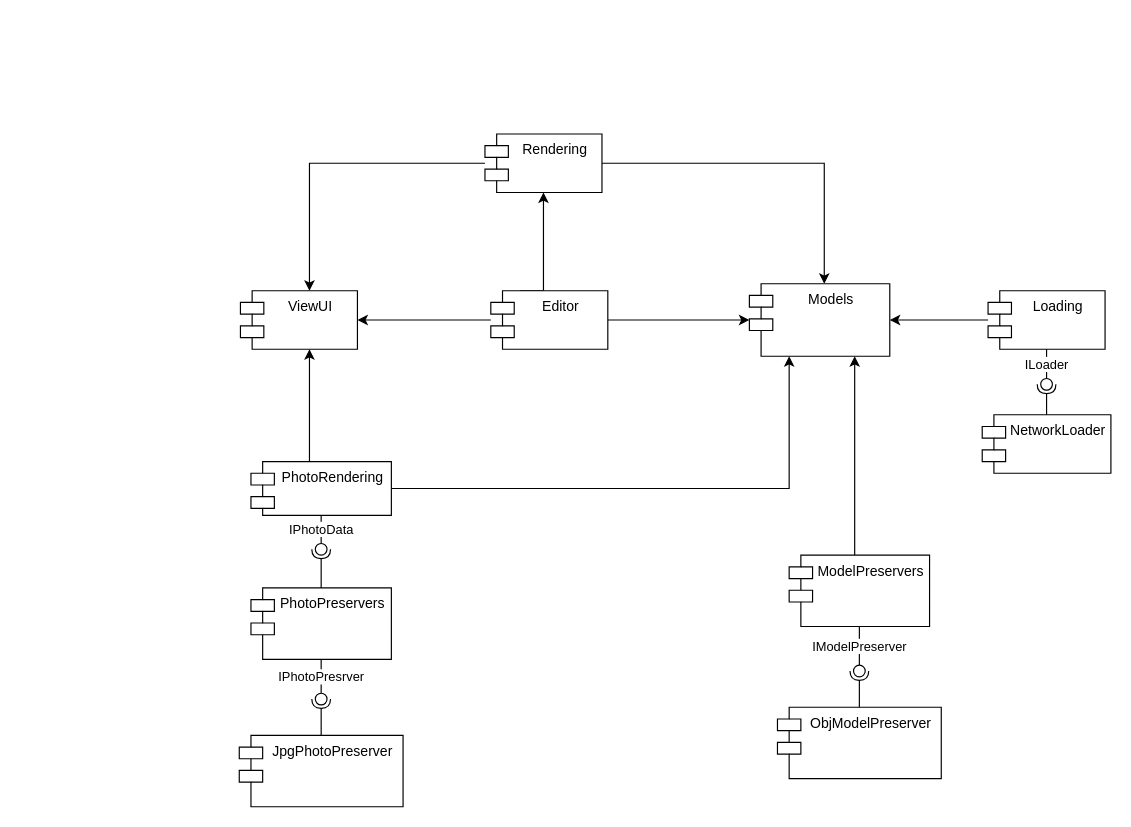
Above: page "Interfaces" (3 of 3) of module_2/Components.drawio in SheinEA/gb_architect (draw.io), before the change. Source tidied: cells renumbered, new cells numbered last; positions are measured from the earlier drawing's top-left corner, leaving out a move shared by most shapes. Both pictures are drawn from the tidied source at 117%, with x=0, y=0 at pixel (239, 133).
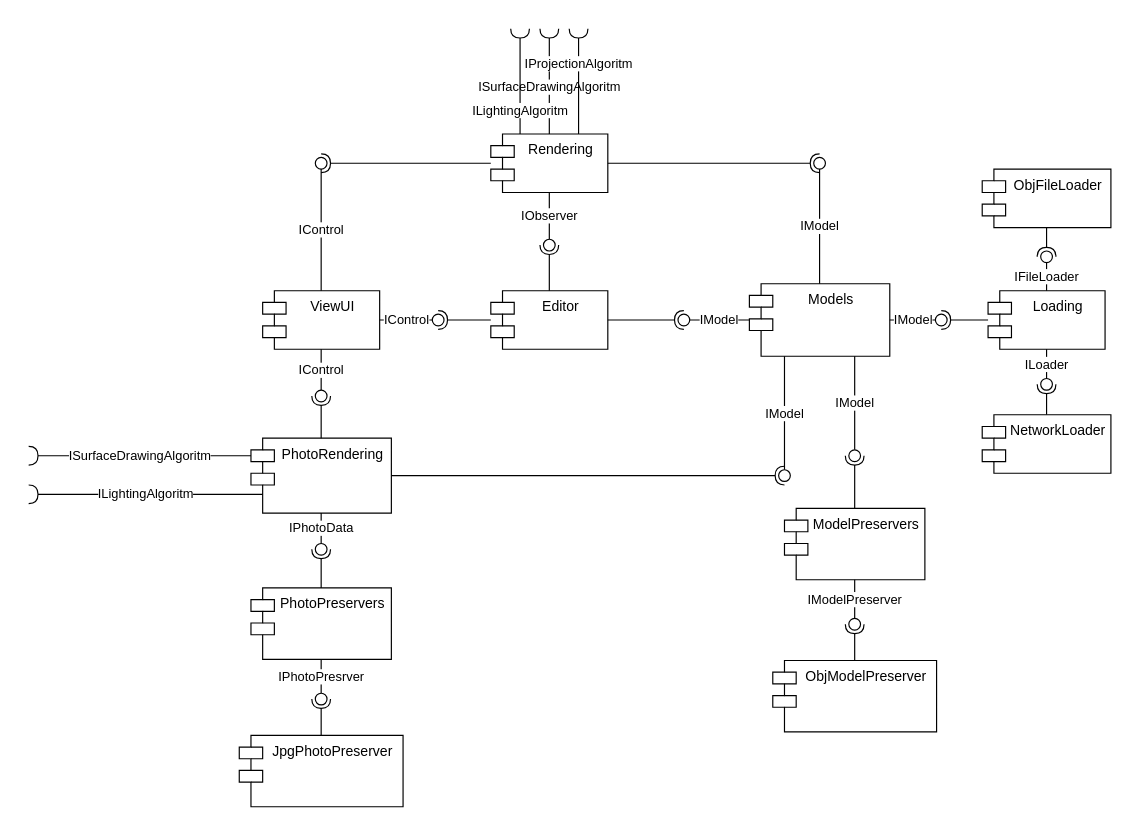
The same page after the edit.

The change refers to these unchanged cells:
```xml
<mxCell id="3" value="Loading" style="shape=module;align=left;spacingLeft=20;align=center;verticalAlign=top;" parent="1" vertex="1">
  <mxGeometry x="640" y="134" width="100" height="50" as="geometry" />
</mxCell>
<mxCell id="4" value="Models" style="shape=module;align=left;spacingLeft=20;align=center;verticalAlign=top;" parent="1" vertex="1">
  <mxGeometry x="436" y="128" width="120" height="62" as="geometry" />
</mxCell>
<mxCell id="11" value="Editor" style="shape=module;align=left;spacingLeft=20;align=center;verticalAlign=top;" parent="1" vertex="1">
  <mxGeometry x="215" y="134" width="100" height="50" as="geometry" />
</mxCell>
```

The edit, as a diff of the source:
```diff
@@
-    <mxCell id="2" style="edgeStyle=orthogonalEdgeStyle;rounded=0;jettySize=auto;html=1;entryX=1;entryY=0.5;entryDx=0;entryDy=0;" parent="1" edge="1" source="3" target="4">
-      <mxGeometry relative="1" as="geometry" />
-    </mxCell>
@@
-    <mxCell id="5" style="edgeStyle=orthogonalEdgeStyle;rounded=0;jettySize=auto;html=1;" parent="1" edge="1" source="7" target="4">
-      <mxGeometry relative="1" as="geometry">
-        <Array as="points">
-          <mxPoint x="500" y="25" />
-        </Array>
-      </mxGeometry>
-    </mxCell>
-    <mxCell id="6" style="edgeStyle=orthogonalEdgeStyle;rounded=0;jettySize=auto;html=1;" parent="1" edge="1" source="7" target="15">
-      <mxGeometry relative="1" as="geometry">
-        <Array as="points">
-          <mxPoint x="60" y="25" />
-        </Array>
-      </mxGeometry>
-    </mxCell>
     <mxCell id="7" value="Rendering" style="shape=module;align=left;spacingLeft=20;align=center;verticalAlign=top;" parent="1" vertex="1">
-      <mxGeometry x="210" width="100" height="50" as="geometry" />
+      <mxGeometry x="215" width="100" height="50" as="geometry" />
     </mxCell>
-    <mxCell id="8" style="edgeStyle=orthogonalEdgeStyle;rounded=0;jettySize=auto;html=1;" parent="1" edge="1" source="11" target="4">
-      <mxGeometry relative="1" as="geometry" />
-    </mxCell>
-    <mxCell id="9" style="edgeStyle=orthogonalEdgeStyle;rounded=0;jettySize=auto;html=1;" parent="1" edge="1" source="11" target="15">
-      <mxGeometry relative="1" as="geometry" />
-    </mxCell>
-    <mxCell id="10" style="edgeStyle=orthogonalEdgeStyle;rounded=0;jettySize=auto;html=1;exitX=0.25;exitY=0;exitDx=0;exitDy=0;" parent="1" edge="1" source="11" target="7">
-      <mxGeometry relative="1" as="geometry">
-        <Array as="points">
-          <mxPoint x="260" y="134" />
-        </Array>
-      </mxGeometry>
-    </mxCell>
@@
-    <mxCell id="12" style="edgeStyle=orthogonalEdgeStyle;rounded=0;jettySize=auto;html=1;" parent="1" edge="1" source="14" target="4">
-      <mxGeometry relative="1" as="geometry">
-        <Array as="points">
-          <mxPoint x="470" y="303" />
-        </Array>
-      </mxGeometry>
-    </mxCell>
-    <mxCell id="13" style="edgeStyle=orthogonalEdgeStyle;rounded=0;jettySize=auto;html=1;" parent="1" edge="1" source="14" target="15">
-      <mxGeometry relative="1" as="geometry">
-        <Array as="points">
-          <mxPoint x="60" y="240" />
-          <mxPoint x="60" y="240" />
-        </Array>
-      </mxGeometry>
-    </mxCell>
     <mxCell id="14" value="PhotoRendering" style="shape=module;align=left;spacingLeft=20;align=center;verticalAlign=top;" parent="1" vertex="1">
-      <mxGeometry x="10" y="280" width="120" height="46" as="geometry" />
+      <mxGeometry x="10" y="260" width="120" height="64" as="geometry" />
     </mxCell>
     <mxCell id="15" value="ViewUI" style="shape=module;align=left;spacingLeft=20;align=center;verticalAlign=top;" parent="1" vertex="1">
-      <mxGeometry x="1" y="134" width="100" height="50" as="geometry" />
+      <mxGeometry x="20" y="134" width="100" height="50" as="geometry" />
     </mxCell>
-    <mxCell id="16" style="edgeStyle=orthogonalEdgeStyle;rounded=0;jettySize=auto;html=1;entryX=0.75;entryY=1;entryDx=0;entryDy=0;" parent="1" edge="1" source="17" target="4">
-      <mxGeometry relative="1" as="geometry">
-        <Array as="points">
-          <mxPoint x="526" y="330" />
-          <mxPoint x="526" y="330" />
-        </Array>
-      </mxGeometry>
-    </mxCell>
     <mxCell id="17" value="ModelPreservers" style="shape=module;align=left;spacingLeft=20;align=center;verticalAlign=top;" parent="1" vertex="1">
-      <mxGeometry x="470" y="360" width="120" height="61" as="geometry" />
+      <mxGeometry x="466" y="320" width="120" height="61" as="geometry" />
     </mxCell>
@@
     <mxCell id="25" style="ellipse;whiteSpace=wrap;html=1;fontFamily=Helvetica;fontSize=12;fontColor=#000000;align=center;strokeColor=#000000;fillColor=#ffffff;points=[];" parent="1" vertex="1">
-      <mxGeometry x="525" y="454" width="10" height="10" as="geometry" />
+      <mxGeometry x="521" y="414" width="10" height="10" as="geometry" />
     </mxCell>
     <mxCell id="26" value="ObjModelPreserver" style="shape=module;align=left;spacingLeft=20;align=center;verticalAlign=top;" parent="1" vertex="1">
-      <mxGeometry x="460" y="490" width="140" height="61" as="geometry" />
+      <mxGeometry x="456" y="450" width="140" height="61" as="geometry" />
     </mxCell>
@@
+    <mxCell id="34" value="ObjFileLoader" style="shape=module;align=left;spacingLeft=20;align=center;verticalAlign=top;" parent="1" vertex="1">
+      <mxGeometry x="635" y="30" width="110" height="50" as="geometry" />
+    </mxCell>
+    <mxCell id="35" value="IFileLoader" style="rounded=0;jettySize=auto;html=1;endArrow=none;endFill=0;" parent="1" edge="1" source="3" target="37">
+      <mxGeometry relative="1" as="geometry" />
+    </mxCell>
+    <mxCell id="36" style="rounded=0;jettySize=auto;html=1;endArrow=halfCircle;endFill=0;entryX=0.5;entryY=0.5;entryDx=0;entryDy=0;endSize=6;strokeWidth=1;" parent="1" edge="1" source="34" target="37">
+      <mxGeometry relative="1" as="geometry" />
+    </mxCell>
+    <mxCell id="37" style="ellipse;whiteSpace=wrap;html=1;fontFamily=Helvetica;fontSize=12;fontColor=#000000;align=center;strokeColor=#000000;fillColor=#ffffff;points=[];" parent="1" vertex="1">
+      <mxGeometry x="685" y="100" width="10" height="10" as="geometry" />
+    </mxCell>
+    <mxCell id="38" value="IModel" style="rounded=0;jettySize=auto;html=1;endArrow=none;endFill=0;" parent="1" edge="1" source="4" target="40">
+      <mxGeometry relative="1" as="geometry" />
+    </mxCell>
+    <mxCell id="39" style="rounded=0;jettySize=auto;html=1;endArrow=halfCircle;endFill=0;entryX=0.5;entryY=0.5;entryDx=0;entryDy=0;endSize=6;strokeWidth=1;" parent="1" edge="1" source="3" target="40">
+      <mxGeometry relative="1" as="geometry" />
+    </mxCell>
+    <mxCell id="40" style="ellipse;whiteSpace=wrap;html=1;fontFamily=Helvetica;fontSize=12;fontColor=#000000;align=center;strokeColor=#000000;fillColor=#ffffff;points=[];" parent="1" vertex="1">
+      <mxGeometry x="595" y="154" width="10" height="10" as="geometry" />
+    </mxCell>
+    <mxCell id="41" value="IModel" style="rounded=0;jettySize=auto;html=1;endArrow=none;endFill=0;exitX=0.75;exitY=1;exitDx=0;exitDy=0;" parent="1" edge="1" source="4" target="43">
+      <mxGeometry relative="1" as="geometry" />
+    </mxCell>
+    <mxCell id="42" style="rounded=0;jettySize=auto;html=1;endArrow=halfCircle;endFill=0;entryX=0.5;entryY=0.5;entryDx=0;entryDy=0;endSize=6;strokeWidth=1;" parent="1" edge="1" source="17" target="43">
+      <mxGeometry relative="1" as="geometry" />
+    </mxCell>
+    <mxCell id="43" style="ellipse;whiteSpace=wrap;html=1;fontFamily=Helvetica;fontSize=12;fontColor=#000000;align=center;strokeColor=#000000;fillColor=#ffffff;points=[];" parent="1" vertex="1">
+      <mxGeometry x="521" y="270" width="10" height="10" as="geometry" />
+    </mxCell>
+    <mxCell id="44" value="IModel" style="rounded=0;jettySize=auto;html=1;endArrow=none;endFill=0;exitX=0.25;exitY=1;exitDx=0;exitDy=0;" parent="1" edge="1" source="4" target="46">
+      <mxGeometry relative="1" as="geometry" />
+    </mxCell>
+    <mxCell id="45" style="rounded=0;jettySize=auto;html=1;endArrow=halfCircle;endFill=0;entryX=0.5;entryY=0.5;entryDx=0;entryDy=0;endSize=6;strokeWidth=1;exitX=1;exitY=0.5;exitDx=0;exitDy=0;" parent="1" edge="1" source="14" target="46">
+      <mxGeometry relative="1" as="geometry" />
+    </mxCell>
+    <mxCell id="46" style="ellipse;whiteSpace=wrap;html=1;fontFamily=Helvetica;fontSize=12;fontColor=#000000;align=center;strokeColor=#000000;fillColor=#ffffff;points=[];" parent="1" vertex="1">
+      <mxGeometry x="461" y="287" width="10" height="10" as="geometry" />
+    </mxCell>
+    <mxCell id="47" value="IModel" style="rounded=0;jettySize=auto;html=1;endArrow=none;endFill=0;" parent="1" edge="1" source="4" target="49">
+      <mxGeometry relative="1" as="geometry" />
+    </mxCell>
+    <mxCell id="48" style="rounded=0;jettySize=auto;html=1;endArrow=halfCircle;endFill=0;entryX=0.5;entryY=0.5;entryDx=0;entryDy=0;endSize=6;strokeWidth=1;" parent="1" edge="1" source="11" target="49">
+      <mxGeometry relative="1" as="geometry" />
+    </mxCell>
+    <mxCell id="49" style="ellipse;whiteSpace=wrap;html=1;fontFamily=Helvetica;fontSize=12;fontColor=#000000;align=center;strokeColor=#000000;fillColor=#ffffff;points=[];" parent="1" vertex="1">
+      <mxGeometry x="375" y="154" width="10" height="10" as="geometry" />
+    </mxCell>
+    <mxCell id="50" value="IModel" style="rounded=0;jettySize=auto;html=1;endArrow=none;endFill=0;" parent="1" edge="1" source="4" target="52">
+      <mxGeometry relative="1" as="geometry" />
+    </mxCell>
+    <mxCell id="51" style="rounded=0;jettySize=auto;html=1;endArrow=halfCircle;endFill=0;entryX=0.5;entryY=0.5;entryDx=0;entryDy=0;endSize=6;strokeWidth=1;" parent="1" edge="1" source="7" target="52">
+      <mxGeometry relative="1" as="geometry" />
+    </mxCell>
+    <mxCell id="52" style="ellipse;whiteSpace=wrap;html=1;fontFamily=Helvetica;fontSize=12;fontColor=#000000;align=center;strokeColor=#000000;fillColor=#ffffff;points=[];" parent="1" vertex="1">
+      <mxGeometry x="491" y="20" width="10" height="10" as="geometry" />
+    </mxCell>
+    <mxCell id="53" value="ISurfaceDrawingAlgoritm" style="rounded=0;jettySize=auto;html=1;endArrow=halfCircle;endFill=0;endSize=6;strokeWidth=1;exitX=0;exitY=0;exitDx=0;exitDy=15;exitPerimeter=0;" parent="1" edge="1" source="14">
+      <mxGeometry relative="1" as="geometry">
+        <mxPoint x="-180" y="275" as="targetPoint" />
+      </mxGeometry>
+    </mxCell>
+    <mxCell id="54" value="ILightingAlgoritm" style="rounded=0;jettySize=auto;html=1;endArrow=halfCircle;endFill=0;endSize=6;strokeWidth=1;exitX=0;exitY=0.75;exitDx=10;exitDy=0;exitPerimeter=0;" parent="1" edge="1" source="14">
+      <mxGeometry relative="1" as="geometry">
+        <mxPoint x="-180" y="308" as="targetPoint" />
+      </mxGeometry>
+    </mxCell>
+    <mxCell id="55" value="IControl" style="rounded=0;jettySize=auto;html=1;endArrow=none;endFill=0;" parent="1" edge="1" source="15" target="57">
+      <mxGeometry relative="1" as="geometry" />
+    </mxCell>
+    <mxCell id="56" style="rounded=0;jettySize=auto;html=1;endArrow=halfCircle;endFill=0;entryX=0.5;entryY=0.5;entryDx=0;entryDy=0;endSize=6;strokeWidth=1;" parent="1" edge="1" source="14" target="57">
+      <mxGeometry relative="1" as="geometry" />
+    </mxCell>
+    <mxCell id="57" style="ellipse;whiteSpace=wrap;html=1;fontFamily=Helvetica;fontSize=12;fontColor=#000000;align=center;strokeColor=#000000;fillColor=#ffffff;points=[];" parent="1" vertex="1">
+      <mxGeometry x="65" y="219" width="10" height="10" as="geometry" />
+    </mxCell>
+    <mxCell id="58" value="IControl" style="rounded=0;jettySize=auto;html=1;endArrow=none;endFill=0;" parent="1" edge="1" source="15" target="60">
+      <mxGeometry relative="1" as="geometry" />
+    </mxCell>
+    <mxCell id="59" style="rounded=0;jettySize=auto;html=1;endArrow=halfCircle;endFill=0;entryX=0.5;entryY=0.5;entryDx=0;entryDy=0;endSize=6;strokeWidth=1;" parent="1" edge="1" source="11" target="60">
+      <mxGeometry relative="1" as="geometry" />
+    </mxCell>
+    <mxCell id="60" style="ellipse;whiteSpace=wrap;html=1;fontFamily=Helvetica;fontSize=12;fontColor=#000000;align=center;strokeColor=#000000;fillColor=#ffffff;points=[];" parent="1" vertex="1">
+      <mxGeometry x="165" y="154" width="10" height="10" as="geometry" />
+    </mxCell>
+    <mxCell id="61" value="IControl" style="rounded=0;jettySize=auto;html=1;endArrow=none;endFill=0;" parent="1" edge="1" source="15" target="63">
+      <mxGeometry relative="1" as="geometry" />
+    </mxCell>
+    <mxCell id="62" style="rounded=0;jettySize=auto;html=1;endArrow=halfCircle;endFill=0;entryX=0.5;entryY=0.5;entryDx=0;entryDy=0;endSize=6;strokeWidth=1;" parent="1" edge="1" source="7" target="63">
+      <mxGeometry relative="1" as="geometry" />
+    </mxCell>
+    <mxCell id="63" style="ellipse;whiteSpace=wrap;html=1;fontFamily=Helvetica;fontSize=12;fontColor=#000000;align=center;strokeColor=#000000;fillColor=#ffffff;points=[];" parent="1" vertex="1">
+      <mxGeometry x="65" y="20" width="10" height="10" as="geometry" />
+    </mxCell>
+    <mxCell id="64" value="IObserver" style="rounded=0;jettySize=auto;html=1;endArrow=none;endFill=0;exitX=0.5;exitY=1;exitDx=0;exitDy=0;" parent="1" edge="1" source="7" target="66">
+      <mxGeometry relative="1" as="geometry" />
+    </mxCell>
+    <mxCell id="65" style="rounded=0;jettySize=auto;html=1;endArrow=halfCircle;endFill=0;entryX=0.5;entryY=0.5;entryDx=0;entryDy=0;endSize=6;strokeWidth=1;" parent="1" edge="1" source="11" target="66">
+      <mxGeometry relative="1" as="geometry" />
+    </mxCell>
+    <mxCell id="66" style="ellipse;whiteSpace=wrap;html=1;fontFamily=Helvetica;fontSize=12;fontColor=#000000;align=center;strokeColor=#000000;fillColor=#ffffff;points=[];" parent="1" vertex="1">
+      <mxGeometry x="260" y="90" width="10" height="10" as="geometry" />
+    </mxCell>
+    <mxCell id="67" value="ISurfaceDrawingAlgoritm" style="rounded=0;jettySize=auto;html=1;endArrow=halfCircle;endFill=0;endSize=6;strokeWidth=1;exitX=0.5;exitY=0;exitDx=0;exitDy=0;" parent="1" edge="1" source="7">
+      <mxGeometry x="-0.11" relative="1" as="geometry">
+        <mxPoint x="265" y="-90" as="targetPoint" />
+      </mxGeometry>
+    </mxCell>
+    <mxCell id="68" value="ILightingAlgoritm" style="rounded=0;jettySize=auto;html=1;endArrow=halfCircle;endFill=0;endSize=6;strokeWidth=1;exitX=0.25;exitY=0;exitDx=0;exitDy=0;" parent="1" edge="1" source="7">
+      <mxGeometry x="-0.56" relative="1" as="geometry">
+        <mxPoint x="240" y="-90" as="targetPoint" />
+      </mxGeometry>
+    </mxCell>
+    <mxCell id="69" value="IProjectionAlgoritm" style="rounded=0;jettySize=auto;html=1;endArrow=halfCircle;endFill=0;endSize=6;strokeWidth=1;exitX=0.75;exitY=0;exitDx=0;exitDy=0;" parent="1" edge="1" source="7">
+      <mxGeometry x="0.33" relative="1" as="geometry">
+        <mxPoint x="290" y="-90" as="targetPoint" />
+      </mxGeometry>
+    </mxCell>
```
